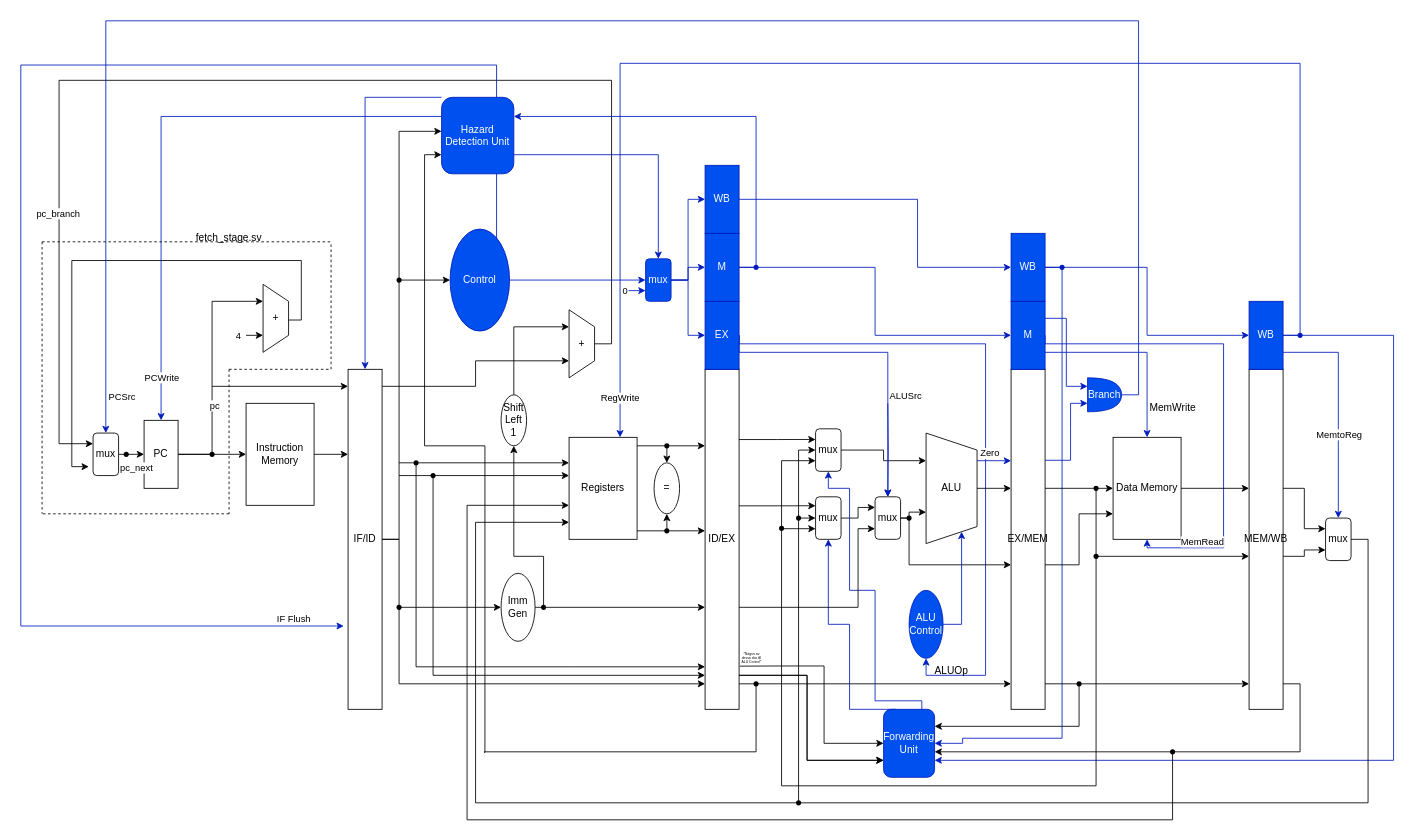
The draw.io diagram documentation/Architecture.drawio in RISC-V-on-FPGA/riscv, before the edit. Source tidied: cells renumbered, new cells numbered last; positions are measured from the earlier drawing's top-left corner, leaving out a move shared by most shapes. Both pictures are drawn from the tidied source at 85%, with x=0, y=0 at pixel (20, 20).
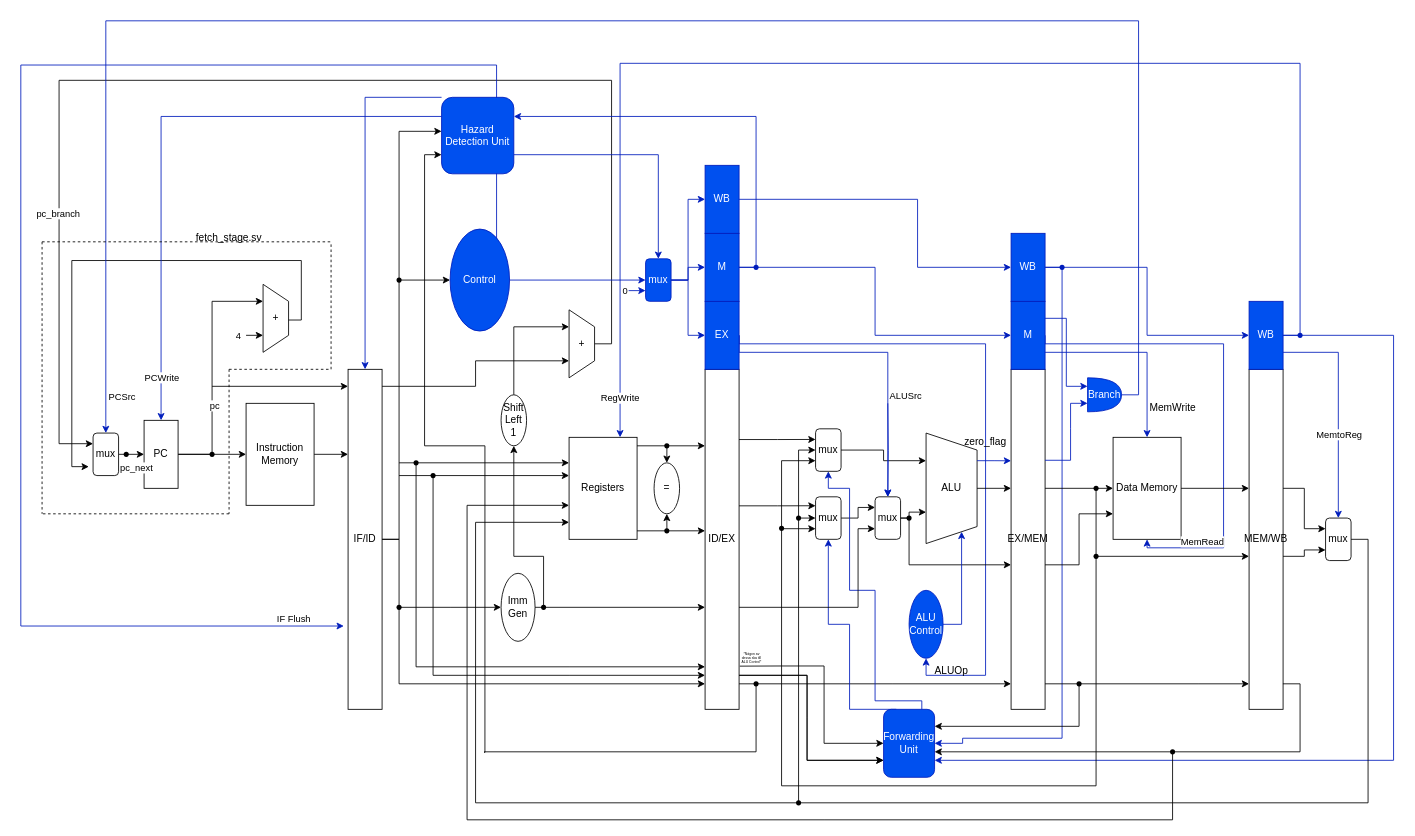
Above is the later version.

Unchanged cells that the change refers to:
```xml
<mxCell id="156" style="edgeStyle=orthogonalEdgeStyle;rounded=0;jettySize=auto;html=1;exitX=0.25;exitY=0;exitDx=0;exitDy=0;entryX=0;entryY=0.269;entryDx=0;entryDy=0;entryPerimeter=0;fillColor=#0050ef;strokeColor=#001DBC;" parent="1" edge="1" source="50" target="19">
  <mxGeometry relative="1" as="geometry" />
</mxCell>
```

Diff of the diagram source:
```diff
@@
-    <mxCell id="157" value="Zero&lt;br&gt;" style="edgeLabel;html=1;align=center;verticalAlign=middle;" parent="156" vertex="1">
-      <mxGeometry x="-0.38" relative="1" as="geometry">
-        <mxPoint x="2" y="-9" as="offset" />
-      </mxGeometry>
-    </mxCell>
@@
+    <mxCell id="172" value="zero_flag" style="text;html=1;strokeColor=none;fillColor=none;align=center;verticalAlign=middle;whiteSpace=wrap;rounded=0;" parent="1" vertex="1">
+      <mxGeometry x="1105" y="480" width="60" height="30" as="geometry" />
+    </mxCell>
```
